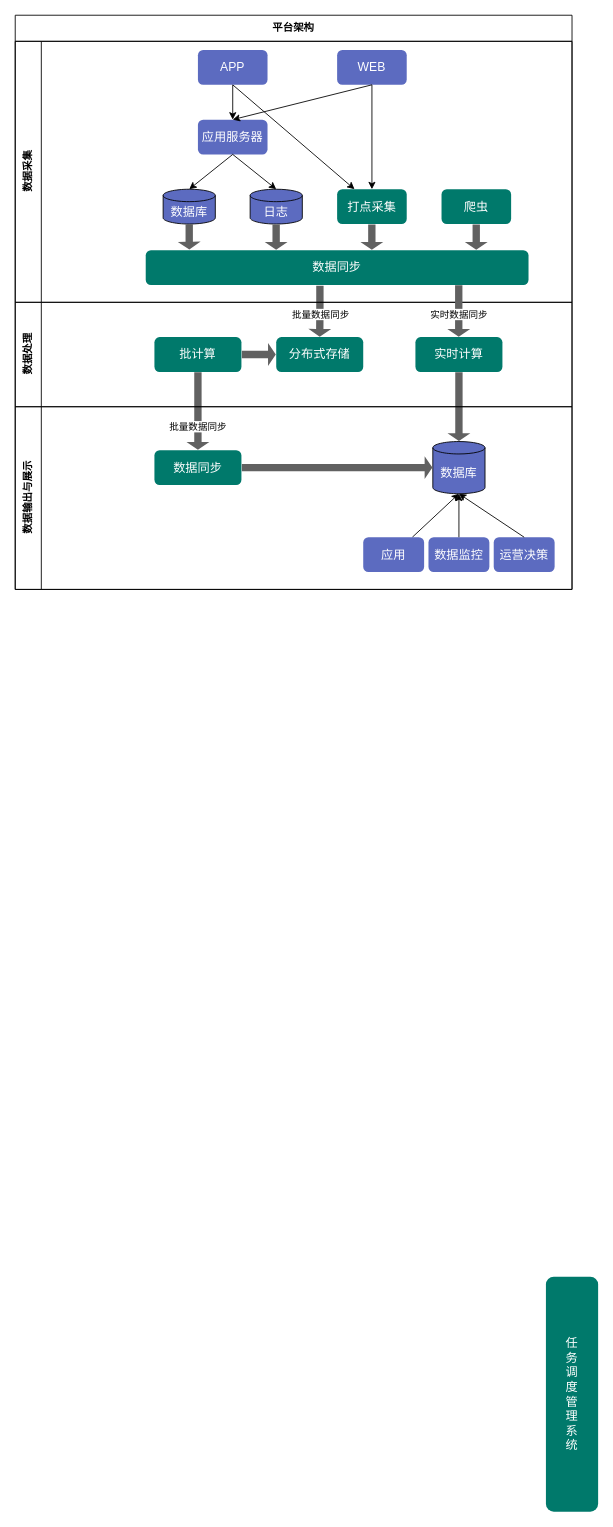
mqjd/assets keeps this draw.io diagram as page "典型架构" (4 of 4) of drawio/bigdata-architecture.drawio. Above is the earlier version. Source tidied: cells renumbered, new cells numbered last; positions are measured from the earlier drawing's top-left corner, leaving out a move shared by most shapes. Both pictures are drawn from the tidied source at 87%, with x=0, y=0 at pixel (15, 15).
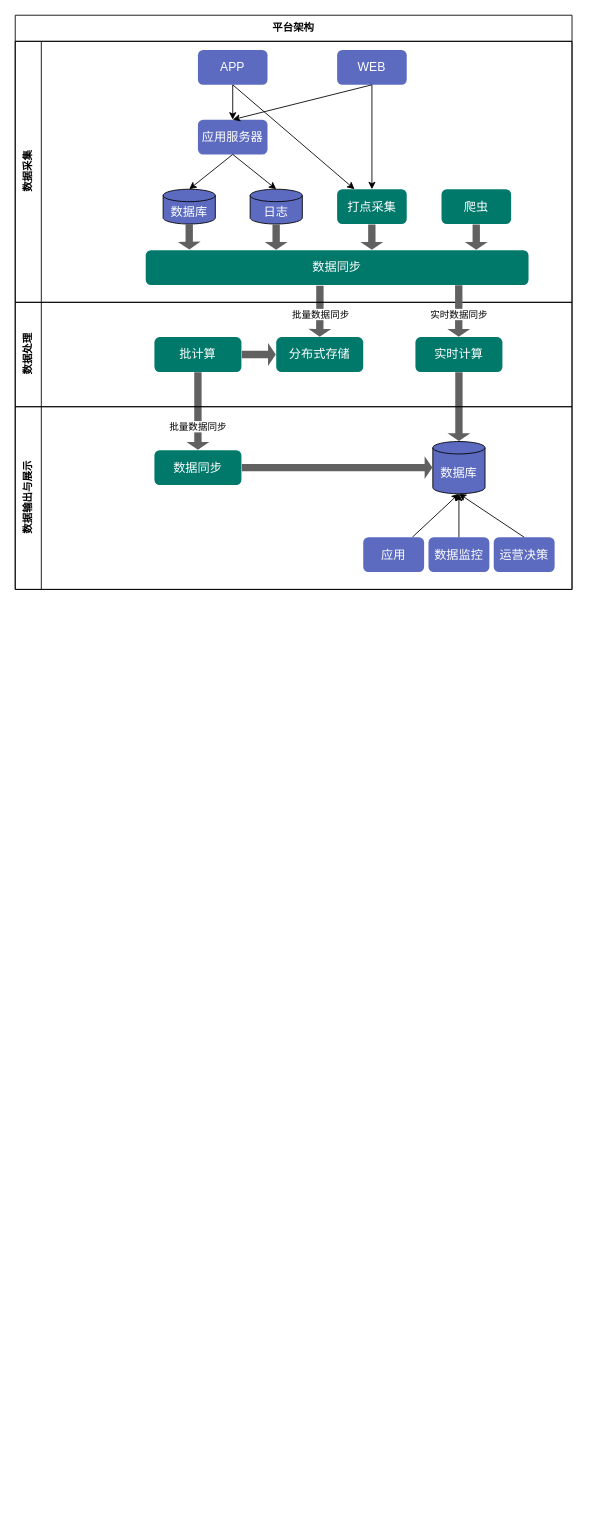
After the change.

Diff of the diagram source:
```diff
@@
-    <mxCell id="44" parent="0" />
-    <mxCell id="45" value="任&lt;br&gt;务&lt;br&gt;调&lt;br&gt;度&lt;br&gt;管&lt;br&gt;理&lt;br&gt;系&lt;br&gt;统" style="rounded=1;whiteSpace=wrap;fillColor=#00796B;strokeColor=none;fontSize=14;fontColor=#FFFFFF;html=1;labelBackgroundColor=none;labelBorderColor=none;horizontal=1;" parent="44" vertex="1">
-      <mxGeometry x="610" y="1450" width="60" height="270" as="geometry" />
-    </mxCell>
```
